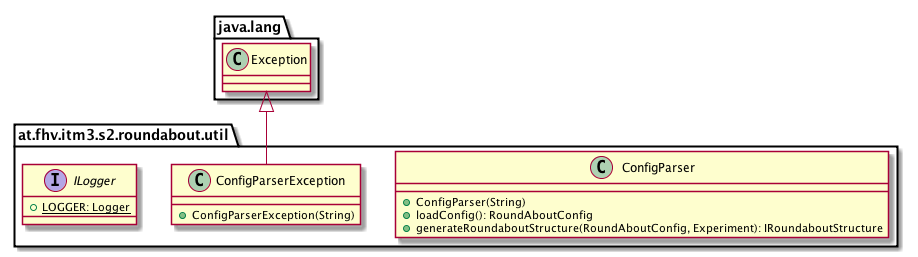
Earlier version of the PlantUML export images/uml-class/at.fhv.itm3.s2.roundabout.util.package.png (sereGkaluv/Roundabout-Simulation-Library).
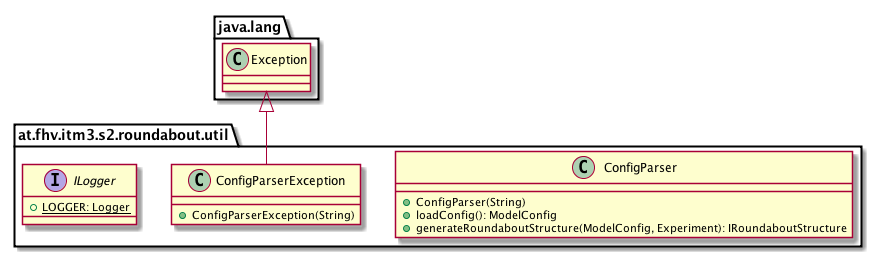
Above is the later version.

What changed in the source:
```diff
@@ -4,8 +4,8 @@
 
         class ConfigParser [[../../../../../at/fhv/itm3/s2/roundabout/util/ConfigParser.html]] {
             +ConfigParser(String)
-            +loadConfig(): RoundAboutConfig
-            +generateRoundaboutStructure(RoundAboutConfig, Experiment): IRoundaboutStructure
+            +loadConfig(): ModelConfig
+            +generateRoundaboutStructure(ModelConfig, Experiment): IRoundaboutStructure
         }
 
         class ConfigParserException [[../../../../../at/fhv/itm3/s2/roundabout/util/ConfigParserException.html]] {
```
